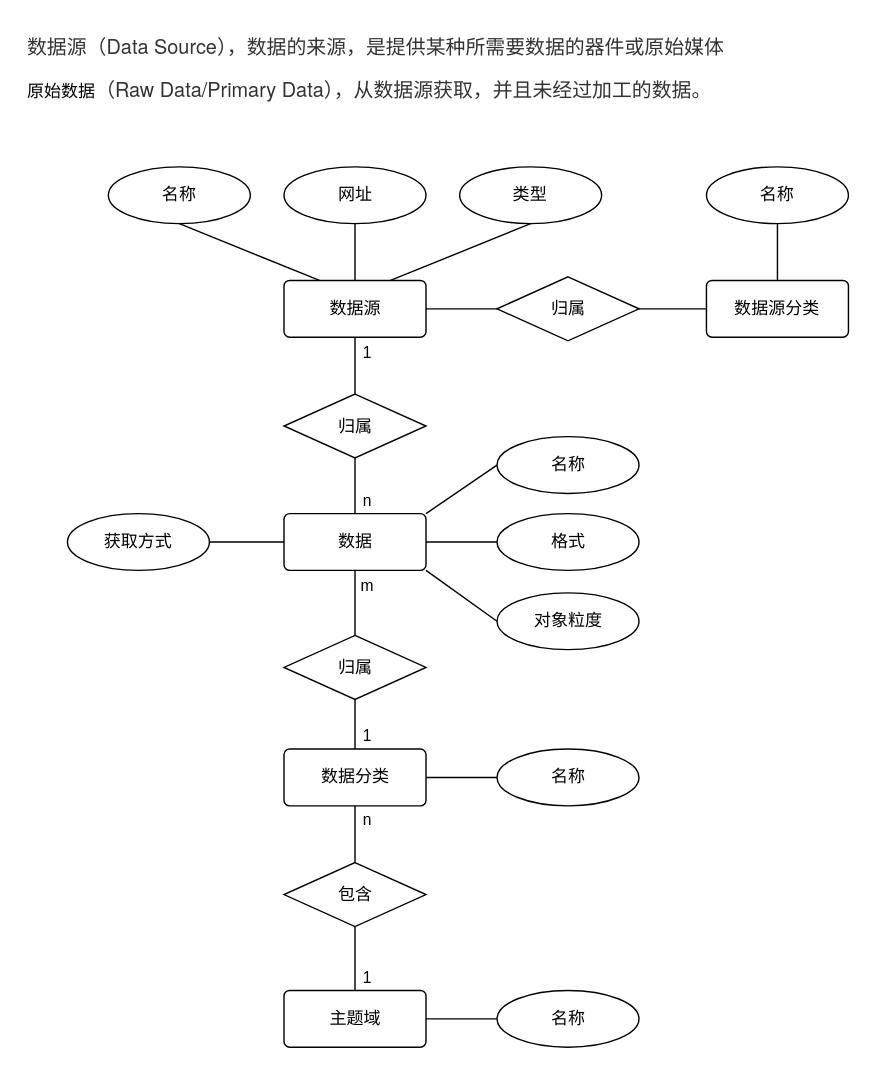
wangzijia122/drawio_repository keeps this draw.io diagram as 数据源模型.drawio. Above is the earlier version. Source tidied: cells renumbered, new cells numbered last; positions are measured from the earlier drawing's top-left corner, leaving out a move shared by most shapes. Both pictures are drawn from the tidied source at 142%, with x=0, y=0 at pixel (24, 24).
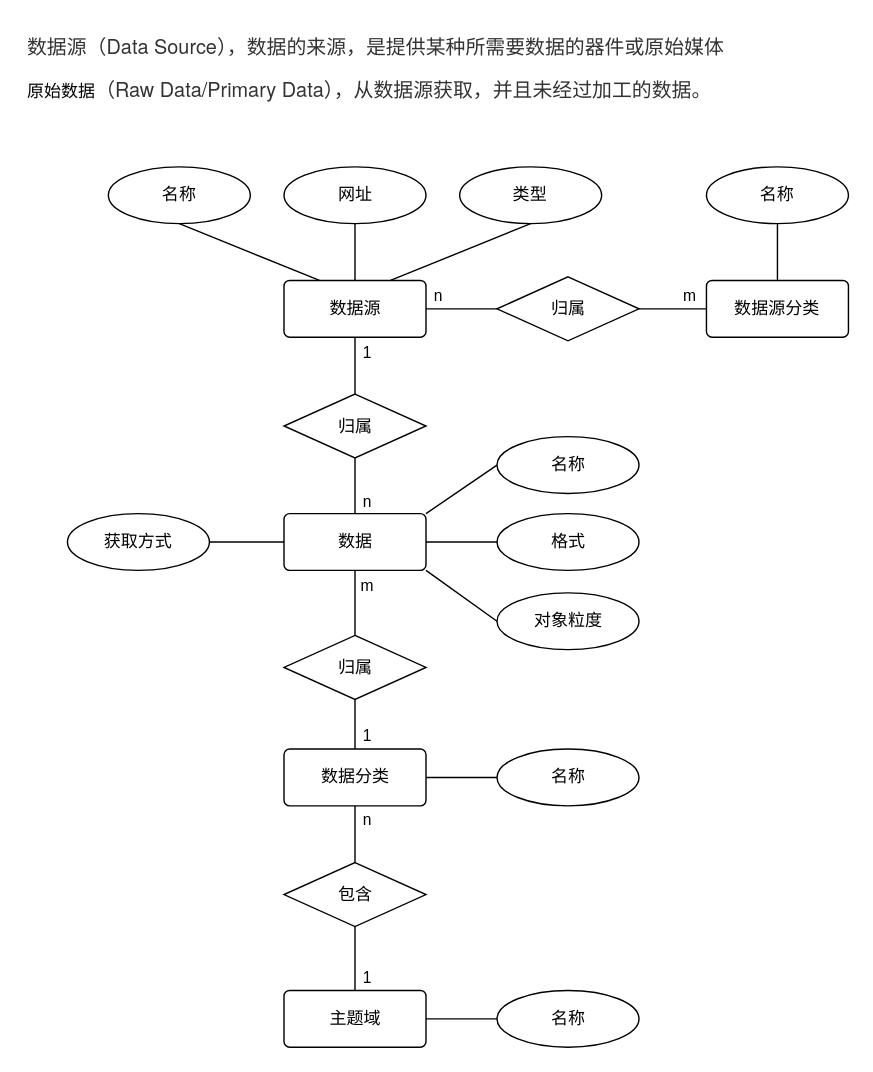
The same page after the edit.

Commit message:
更新数据源模型.drawio

The change refers to these unchanged cells:
```xml
<mxCell id="11" value="数据" style="rounded=1;arcSize=10;whiteSpace=wrap;html=1;align=center;" parent="1" vertex="1">
  <mxGeometry x="182.5" y="344.2" width="100" height="40" as="geometry" />
</mxCell>
<mxCell id="19" value="归属" style="shape=rhombus;perimeter=rhombusPerimeter;whiteSpace=wrap;html=1;align=center;" parent="1" vertex="1">
  <mxGeometry x="182.5" y="260" width="100" height="45" as="geometry" />
</mxCell>
<mxCell id="25" style="rounded=0;jettySize=auto;html=1;exitX=1;exitY=0.5;exitDx=0;exitDy=0;entryX=0;entryY=0.5;entryDx=0;entryDy=0;endArrow=none;endFill=0;" parent="1" edge="1" source="26" target="45">
  <mxGeometry relative="1" as="geometry" />
</mxCell>
<mxCell id="44" style="rounded=0;jettySize=auto;html=1;exitX=1;exitY=0.5;exitDx=0;exitDy=0;entryX=0;entryY=0.5;entryDx=0;entryDy=0;endArrow=none;endFill=0;" parent="1" edge="1" source="45" target="4">
  <mxGeometry relative="1" as="geometry" />
</mxCell>
```

Change to the diagram source:
```diff
@@
-    <mxCell id="17" style="edgeStyle=orthogonalEdgeStyle;rounded=0;jettySize=auto;html=1;exitX=0.5;exitY=1;exitDx=0;exitDy=0;endArrow=none;endFill=0;" parent="1" edge="1" source="19" target="11">
+    <mxCell id="17" style="rounded=0;jettySize=auto;html=1;exitX=0.5;exitY=1;exitDx=0;exitDy=0;endArrow=none;endFill=0;" parent="1" edge="1" source="19" target="11">
       <mxGeometry relative="1" as="geometry" />
     </mxCell>
@@
+    <mxCell id="47" value="n" style="edgeLabel;html=1;align=center;verticalAlign=middle;" parent="25" vertex="1">
+      <mxGeometry x="-0.12" y="-2" relative="1" as="geometry">
+        <mxPoint x="-14" y="-12" as="offset" />
+      </mxGeometry>
+    </mxCell>
@@
+    <mxCell id="48" value="m" style="edgeLabel;html=1;align=center;verticalAlign=middle;" parent="44" vertex="1">
+      <mxGeometry x="0.43" y="5" relative="1" as="geometry">
+        <mxPoint x="1" y="-5" as="offset" />
+      </mxGeometry>
+    </mxCell>
```
